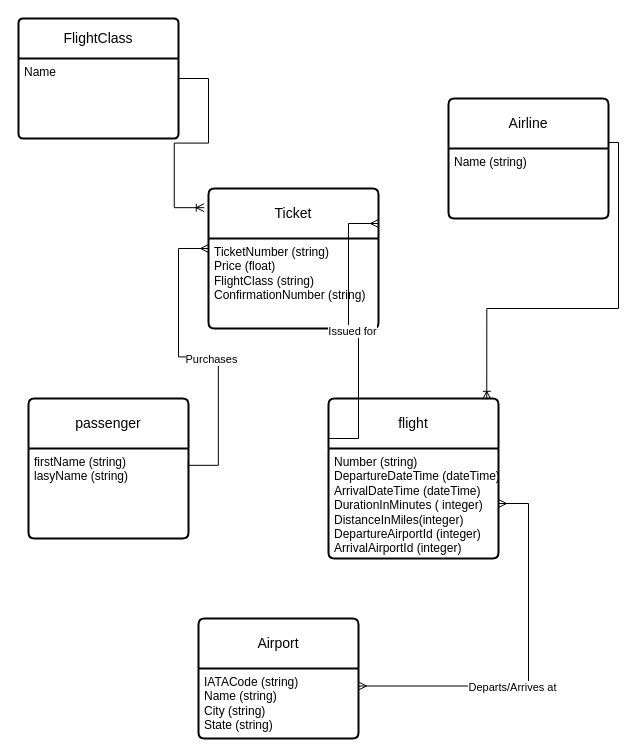
Above: flightBooking.drawio in Tony-Ndereva/ER-diagrams (draw.io), before the change. Source tidied: cells renumbered, new cells numbered last; positions are measured from the earlier drawing's top-left corner, leaving out a move shared by most shapes. Both pictures are drawn from the tidied source at 100%, with x=0, y=0 at pixel (18, 18).
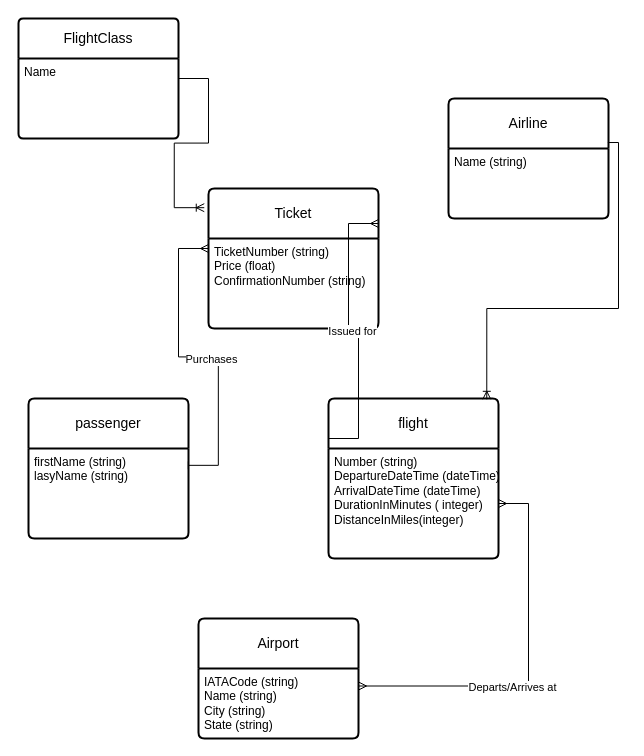
Above is the later version.

Unchanged cells that the change refers to:
```xml
<mxCell id="4" value="flight" style="swimlane;horizontal=1;startSize=50;rounded=1;fontSize=14;fontStyle=0;strokeWidth=2;shadow=0;dashed=0;align=center;arcSize=4;whiteSpace=wrap;html=1;" parent="1" vertex="1">
  <mxGeometry x="310" y="380" width="170" height="160" as="geometry" />
</mxCell>
<mxCell id="10" value="Ticket" style="swimlane;horizontal=1;startSize=50;rounded=1;fontSize=14;fontStyle=0;strokeWidth=2;shadow=0;dashed=0;align=center;arcSize=4;whiteSpace=wrap;html=1;" parent="1" vertex="1">
  <mxGeometry x="190" y="170" width="170" height="140" as="geometry" />
</mxCell>
```

What changed in the source:
```diff
@@
-    <mxCell id="5" value="Number (string)&lt;br&gt;DepartureDateTime (dateTime)&lt;br&gt;ArrivalDateTime (dateTime)&lt;br&gt;DurationInMinutes ( integer)&lt;br&gt;DistanceInMiles(integer)&lt;br&gt;DepartureAirportId (integer)&lt;br&gt;ArrivalAirportId (integer)" style="align=left;strokeColor=none;fillColor=none;spacingLeft=4;fontSize=12;verticalAlign=top;html=1;" parent="4" vertex="1">
+    <mxCell id="5" value="Number (string)&lt;br&gt;DepartureDateTime (dateTime)&lt;br&gt;ArrivalDateTime (dateTime)&lt;br&gt;DurationInMinutes ( integer)&lt;br&gt;DistanceInMiles(integer)&lt;br&gt;" style="align=left;strokeColor=none;fillColor=none;spacingLeft=4;fontSize=12;verticalAlign=top;html=1;" parent="4" vertex="1">
       <mxGeometry y="50" width="170" height="110" as="geometry" />
     </mxCell>
@@
-    <mxCell id="11" value="TicketNumber (string)&lt;br&gt;Price (float)&lt;br&gt;FlightClass (string)&lt;br&gt;ConfirmationNumber (string)" style="align=left;strokeColor=none;fillColor=none;spacingLeft=4;fontSize=12;verticalAlign=top;html=1;" parent="10" vertex="1">
+    <mxCell id="11" value="TicketNumber (string)&lt;br&gt;Price (float)&lt;br&gt;ConfirmationNumber (string)" style="align=left;strokeColor=none;fillColor=none;spacingLeft=4;fontSize=12;verticalAlign=top;html=1;" parent="10" vertex="1">
       <mxGeometry y="50" width="170" height="90" as="geometry" />
     </mxCell>
```
